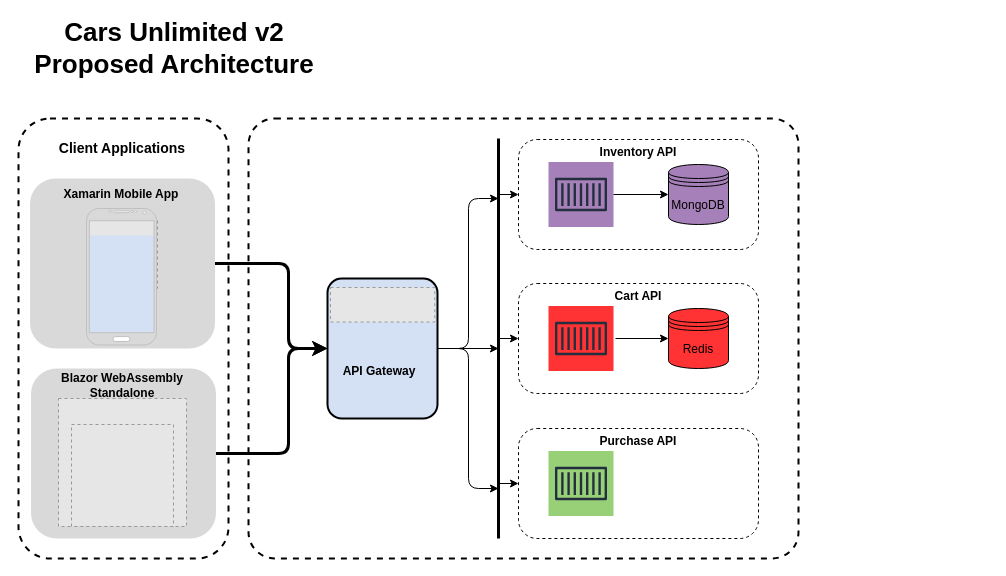
mmt-benmillane/CarsUnlimited keeps this draw.io diagram as docs/CarsUnlimitedv2.drawio. Above is the earlier version. Source tidied: cells renumbered, new cells numbered last; positions are measured from the earlier drawing's top-left corner, leaving out a move shared by most shapes. Both pictures are drawn from the tidied source at 100%, with x=0, y=0 at pixel (18, 38). Pictures stored in the file or linked from it are replaced by grey dashed boxes.
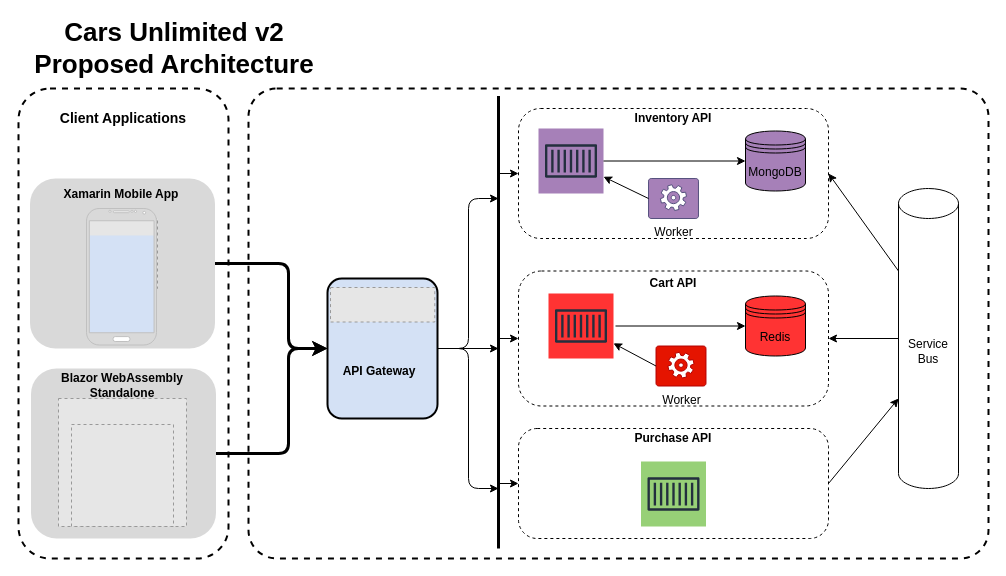
The same page after the edit.

Change to the diagram source:
```diff
@@
     <mxCell id="2" style="rounded=1;whiteSpace=wrap;html=1;dashed=1;fillColor=none;strokeWidth=2;arcSize=6;" parent="1" vertex="1">
-      <mxGeometry x="230" y="80" width="550" height="440" as="geometry" />
+      <mxGeometry x="230" y="50" width="740" height="470" as="geometry" />
     </mxCell>
     <mxCell id="3" style="rounded=1;whiteSpace=wrap;html=1;dashed=1;fillColor=none;strokeWidth=2;" parent="1" vertex="1">
-      <mxGeometry y="80" width="210" height="440" as="geometry" />
+      <mxGeometry y="50" width="210" height="470" as="geometry" />
     </mxCell>
@@
     <mxCell id="15" value="Client Applications" style="text;html=1;strokeColor=none;fillColor=none;align=center;verticalAlign=middle;whiteSpace=wrap;rounded=0;dashed=1;fontStyle=1;fontSize=14;" parent="1" vertex="1">
-      <mxGeometry x="29" y="100" width="150" height="20" as="geometry" />
+      <mxGeometry x="30" y="70" width="150" height="20" as="geometry" />
     </mxCell>
     <mxCell id="16" style="rounded=1;whiteSpace=wrap;html=1;dashed=1;fillColor=none;strokeWidth=1;arcSize=17;" parent="1" vertex="1">
-      <mxGeometry x="500" y="101" width="240" height="110" as="geometry" />
+      <mxGeometry x="500" y="70" width="310" height="130" as="geometry" />
     </mxCell>
@@
     <mxCell id="23" style="outlineConnect=0;fontColor=#232F3E;gradientColor=none;strokeColor=#232F3E;dashed=0;verticalLabelPosition=bottom;verticalAlign=top;align=center;html=1;fontSize=12;fontStyle=0;shape=mxgraph.aws4.resourceIcon;resIcon=mxgraph.aws4.container_1;fillColor=#A680B8;" parent="1" vertex="1">
-      <mxGeometry x="530" y="123.5" width="65" height="65" as="geometry" />
+      <mxGeometry x="520" y="90" width="65" height="65" as="geometry" />
     </mxCell>
     <mxCell id="24" value="&lt;font style=&quot;font-size: 12px&quot;&gt;MongoDB&lt;/font&gt;" style="shape=datastore;whiteSpace=wrap;html=1;strokeWidth=1;fontSize=14;fillColor=#A680B8;" parent="1" vertex="1">
-      <mxGeometry x="650" y="126" width="60" height="60" as="geometry" />
+      <mxGeometry x="727" y="92.5" width="60" height="60" as="geometry" />
     </mxCell>
@@
     <mxCell id="26" style="endArrow=none;html=1;strokeWidth=3;fontSize=14;" parent="1" edge="1">
       <mxGeometry relative="1" as="geometry">
-        <mxPoint x="480" y="500" as="sourcePoint" />
-        <mxPoint x="480" y="100" as="targetPoint" />
+        <mxPoint x="480" y="510" as="sourcePoint" />
+        <mxPoint x="480" y="57.5" as="targetPoint" />
       </mxGeometry>
     </mxCell>
     <mxCell id="27" value="Inventory API" style="text;html=1;strokeColor=none;fillColor=none;align=center;verticalAlign=middle;whiteSpace=wrap;rounded=0;dashed=1;fontStyle=1;" parent="1" vertex="1">
-      <mxGeometry x="565" y="103.5" width="110" height="20" as="geometry" />
+      <mxGeometry x="600" y="70" width="110" height="20" as="geometry" />
     </mxCell>
@@
     <mxCell id="29" style="endArrow=classic;html=1;strokeWidth=1;fontSize=14;entryX=0;entryY=0.5;entryDx=0;entryDy=0;" parent="1" edge="1" target="16">
       <mxGeometry relative="1" as="geometry">
-        <mxPoint x="480" y="156" as="sourcePoint" />
+        <mxPoint x="480" y="135" as="sourcePoint" />
       </mxGeometry>
     </mxCell>
     <mxCell id="30" style="rounded=1;whiteSpace=wrap;html=1;dashed=1;fillColor=none;strokeWidth=1;arcSize=17;" parent="1" vertex="1">
-      <mxGeometry x="500" y="245" width="240" height="110" as="geometry" />
+      <mxGeometry x="500" y="232.5" width="310" height="135" as="geometry" />
     </mxCell>
     <mxCell id="31" style="outlineConnect=0;fontColor=#232F3E;gradientColor=none;strokeColor=#232F3E;dashed=0;verticalLabelPosition=bottom;verticalAlign=top;align=center;html=1;fontSize=12;fontStyle=0;shape=mxgraph.aws4.resourceIcon;resIcon=mxgraph.aws4.container_1;fillColor=#FF3333;" parent="1" vertex="1">
-      <mxGeometry x="530" y="267.5" width="65" height="65" as="geometry" />
+      <mxGeometry x="530" y="255" width="65" height="65" as="geometry" />
     </mxCell>
     <mxCell id="32" value="&lt;font style=&quot;font-size: 12px&quot;&gt;Redis&lt;/font&gt;" style="shape=datastore;whiteSpace=wrap;html=1;strokeWidth=1;fontSize=14;fillColor=#FF3333;" parent="1" vertex="1">
-      <mxGeometry x="650" y="270" width="60" height="60" as="geometry" />
+      <mxGeometry x="727" y="257.5" width="60" height="60" as="geometry" />
     </mxCell>
     <mxCell id="33" value="Cart API" style="text;html=1;strokeColor=none;fillColor=none;align=center;verticalAlign=middle;whiteSpace=wrap;rounded=0;dashed=1;fontStyle=1;" parent="1" vertex="1">
-      <mxGeometry x="565" y="247.5" width="110" height="20" as="geometry" />
+      <mxGeometry x="600" y="235" width="110" height="20" as="geometry" />
     </mxCell>
     <mxCell id="34" style="endArrow=classic;html=1;strokeWidth=1;fontSize=14;entryX=0;entryY=0.5;entryDx=0;entryDy=0;" parent="1" edge="1" target="32">
       <mxGeometry relative="1" as="geometry">
-        <mxPoint x="597" y="300" as="sourcePoint" />
+        <mxPoint x="597" y="287.5" as="sourcePoint" />
       </mxGeometry>
     </mxCell>
     <mxCell id="35" style="rounded=1;whiteSpace=wrap;html=1;dashed=1;fillColor=none;strokeWidth=1;arcSize=17;" parent="1" vertex="1">
-      <mxGeometry x="500" y="390" width="240" height="110" as="geometry" />
+      <mxGeometry x="500" y="390" width="310" height="110" as="geometry" />
     </mxCell>
     <mxCell id="36" style="fontColor=#232F3E;gradientColor=none;strokeColor=#232F3E;dashed=0;verticalLabelPosition=bottom;verticalAlign=top;align=center;html=1;fontSize=12;fontStyle=0;shape=mxgraph.aws4.resourceIcon;resIcon=mxgraph.aws4.container_1;fillColor=#97D077;" parent="1" vertex="1">
-      <mxGeometry x="530" y="412.5" width="65" height="65" as="geometry" />
+      <mxGeometry x="622.5" y="423" width="65" height="65" as="geometry" />
     </mxCell>
     <mxCell id="37" value="Purchase API" style="text;html=1;strokeColor=none;fillColor=none;align=center;verticalAlign=middle;whiteSpace=wrap;rounded=0;dashed=1;fontStyle=1;" parent="1" vertex="1">
-      <mxGeometry x="565" y="392.5" width="110" height="20" as="geometry" />
+      <mxGeometry x="600" y="390" width="110" height="20" as="geometry" />
     </mxCell>
@@
+    <mxCell id="43" value="Service Bus" style="shape=cylinder3;whiteSpace=wrap;html=1;boundedLbl=1;backgroundOutline=1;size=15;" parent="1" vertex="1">
+      <mxGeometry x="880" y="150" width="60" height="300" as="geometry" />
+    </mxCell>
+    <mxCell id="44" style="endArrow=classic;html=1;exitX=1;exitY=0.5;exitDx=0;exitDy=0;entryX=0;entryY=0;entryDx=0;entryDy=210;entryPerimeter=0;" parent="1" edge="1" source="35" target="43">
+      <mxGeometry relative="1" as="geometry" />
+    </mxCell>
+    <mxCell id="45" style="endArrow=classic;html=1;exitX=0;exitY=0.5;exitDx=0;exitDy=0;exitPerimeter=0;entryX=1;entryY=0.5;entryDx=0;entryDy=0;" parent="1" edge="1" source="43" target="30">
+      <mxGeometry relative="1" as="geometry" />
+    </mxCell>
+    <mxCell id="46" style="endArrow=classic;html=1;exitX=0;exitY=0;exitDx=0;exitDy=82.5;exitPerimeter=0;entryX=1;entryY=0.5;entryDx=0;entryDy=0;" parent="1" edge="1" source="43" target="16">
+      <mxGeometry relative="1" as="geometry" />
+    </mxCell>
+    <mxCell id="47" value="Worker" style="verticalLabelPosition=bottom;html=1;verticalAlign=top;align=center;strokeColor=#56517e;shape=mxgraph.azure.worker_role;fillColor=#A680B8;" parent="1" vertex="1">
+      <mxGeometry x="630" y="140" width="50" height="40" as="geometry" />
+    </mxCell>
+    <mxCell id="48" style="endArrow=classic;html=1;exitX=0;exitY=0.5;exitDx=0;exitDy=0;exitPerimeter=0;" parent="1" edge="1" source="47" target="23">
+      <mxGeometry relative="1" as="geometry" />
+    </mxCell>
+    <mxCell id="49" value="Worker" style="verticalLabelPosition=bottom;html=1;verticalAlign=top;align=center;strokeColor=#B20000;shape=mxgraph.azure.worker_role;fillColor=#e51400;" parent="1" vertex="1">
+      <mxGeometry x="637.5" y="307.5" width="50" height="40" as="geometry" />
+    </mxCell>
+    <mxCell id="50" style="endArrow=classic;html=1;exitX=0;exitY=0.5;exitDx=0;exitDy=0;exitPerimeter=0;" parent="1" edge="1" source="49" target="31">
+      <mxGeometry relative="1" as="geometry" />
+    </mxCell>
```
